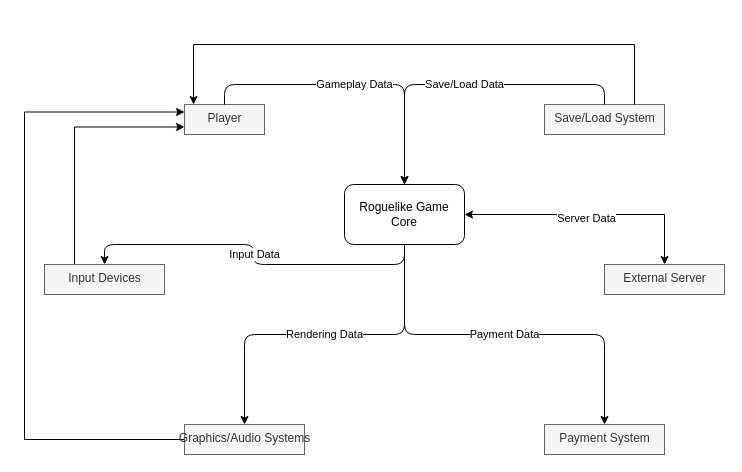
Before: Context_Diagram.drawio in Ghauol123/Vampire, a draw.io diagram. Source tidied: cells renumbered, new cells numbered last; positions are measured from the earlier drawing's top-left corner, leaving out a move shared by most shapes. Both pictures are drawn from the tidied source at 100%, with x=0, y=0 at pixel (24, 44).
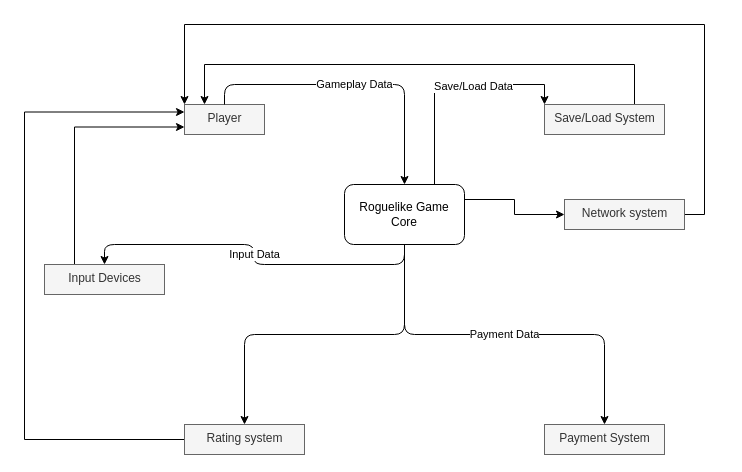
The same diagram, later.

Unchanged cells that the change refers to:
```xml
<mxCell id="2" value="Player" style="text;html=1;align=center;fillColor=#f5f5f5;fontColor=#333333;strokeColor=#666666;" parent="1" vertex="1">
  <mxGeometry x="160" y="60" width="80" height="30" as="geometry" />
</mxCell>
<mxCell id="3" value="Roguelike Game Core" style="rounded=1;whiteSpace=wrap;html=1;" parent="1" vertex="1">
  <mxGeometry x="320" y="140" width="120" height="60" as="geometry" />
</mxCell>
<mxCell id="5" value="Save/Load System" style="text;html=1;align=center;fillColor=#f5f5f5;fontColor=#333333;strokeColor=#666666;" parent="1" vertex="1">
  <mxGeometry x="520" y="60" width="120" height="30" as="geometry" />
</mxCell>
```

What changed in the source:
```diff
@@
+    <mxCell id="19" style="edgeStyle=orthogonalEdgeStyle;rounded=0;jettySize=auto;html=1;exitX=0.75;exitY=0;exitDx=0;exitDy=0;entryX=0;entryY=0;entryDx=0;entryDy=0;" parent="1" edge="1" source="3" target="5">
+      <mxGeometry relative="1" as="geometry" />
+    </mxCell>
+    <mxCell id="6" value="Save/Load Data" style="edgeLabel;html=1;align=center;verticalAlign=middle;" parent="19" vertex="1">
+      <mxGeometry x="0.2" y="-1" relative="1" as="geometry" />
+    </mxCell>
+    <mxCell id="20" style="edgeStyle=orthogonalEdgeStyle;rounded=0;jettySize=auto;html=1;exitX=1;exitY=0.25;exitDx=0;exitDy=0;" parent="1" edge="1" source="3" target="22">
+      <mxGeometry relative="1" as="geometry" />
+    </mxCell>
@@
+    <mxCell id="18" style="edgeStyle=orthogonalEdgeStyle;rounded=0;jettySize=auto;html=1;exitX=0.75;exitY=0;exitDx=0;exitDy=0;entryX=0.25;entryY=0;entryDx=0;entryDy=0;" parent="1" edge="1" source="5" target="2">
+      <mxGeometry relative="1" as="geometry">
+        <Array as="points">
+          <mxPoint x="610" y="20" />
+          <mxPoint x="180" y="20" />
+        </Array>
+      </mxGeometry>
+    </mxCell>
@@
-    <mxCell id="6" value="Save/Load Data" style="edgeStyle=orthogonalEdgeStyle;rounded=1;jettySize=auto;html=1;exitX=0.5;exitY=0;exitDx=0;exitDy=0;" parent="1" edge="1" source="5" target="3">
-      <mxGeometry relative="1" as="geometry" />
-    </mxCell>
-    <mxCell id="7" style="edgeStyle=orthogonalEdgeStyle;rounded=0;jettySize=auto;html=1;exitX=0.5;exitY=0;exitDx=0;exitDy=0;entryX=1;entryY=0.5;entryDx=0;entryDy=0;startArrow=classic;startFill=1;" parent="1" edge="1" source="9" target="3">
-      <mxGeometry relative="1" as="geometry" />
-    </mxCell>
-    <mxCell id="8" value="Server Data" style="edgeLabel;html=1;align=center;verticalAlign=middle;" parent="7" vertex="1">
-      <mxGeometry x="0.03" y="3" relative="1" as="geometry" />
-    </mxCell>
-    <mxCell id="9" value="External Server" style="text;html=1;align=center;fillColor=#f5f5f5;fontColor=#333333;strokeColor=#666666;" parent="1" vertex="1">
-      <mxGeometry x="580" y="220" width="120" height="30" as="geometry" />
-    </mxCell>
@@
-    <mxCell id="14" value="Graphics/Audio Systems" style="text;html=1;align=center;fillColor=#f5f5f5;fontColor=#333333;strokeColor=#666666;" parent="1" vertex="1">
+    <mxCell id="14" value="Rating system" style="text;html=1;align=center;fillColor=#f5f5f5;fontColor=#333333;strokeColor=#666666;" parent="1" vertex="1">
       <mxGeometry x="160" y="380" width="120" height="30" as="geometry" />
     </mxCell>
-    <mxCell id="15" value="Rendering Data" style="edgeStyle=orthogonalEdgeStyle;rounded=1;jettySize=auto;html=1;exitX=0.5;exitY=0;exitDx=0;exitDy=0;endArrow=none;endFill=0;startArrow=classic;startFill=1;" parent="1" edge="1" source="14" target="3">
+    <mxCell id="15" style="edgeStyle=orthogonalEdgeStyle;rounded=1;jettySize=auto;html=1;exitX=0.5;exitY=0;exitDx=0;exitDy=0;endArrow=none;endFill=0;startArrow=classic;startFill=1;" parent="1" edge="1" source="14" target="3">
       <mxGeometry relative="1" as="geometry" />
     </mxCell>
@@
-    <mxCell id="18" style="edgeStyle=orthogonalEdgeStyle;rounded=0;jettySize=auto;html=1;exitX=0.75;exitY=0;exitDx=0;exitDy=0;entryX=0.113;entryY=0;entryDx=0;entryDy=0;entryPerimeter=0;" parent="1" edge="1" source="5" target="2">
-      <mxGeometry relative="1" as="geometry">
-        <Array as="points">
-          <mxPoint x="610" />
-          <mxPoint x="169" />
-        </Array>
-      </mxGeometry>
-    </mxCell>
+    <mxCell id="21" style="edgeStyle=orthogonalEdgeStyle;rounded=0;jettySize=auto;html=1;exitX=1;exitY=0.5;exitDx=0;exitDy=0;entryX=0;entryY=0;entryDx=0;entryDy=0;" parent="1" edge="1" source="22" target="2">
+      <mxGeometry relative="1" as="geometry">
+        <Array as="points">
+          <mxPoint x="680" y="170" />
+          <mxPoint x="680" y="-20" />
+          <mxPoint x="160" y="-20" />
+        </Array>
+      </mxGeometry>
+    </mxCell>
+    <mxCell id="22" value="Network system" style="text;html=1;align=center;fillColor=#f5f5f5;fontColor=#333333;strokeColor=#666666;" parent="1" vertex="1">
+      <mxGeometry x="540" y="155" width="120" height="30" as="geometry" />
+    </mxCell>
```
